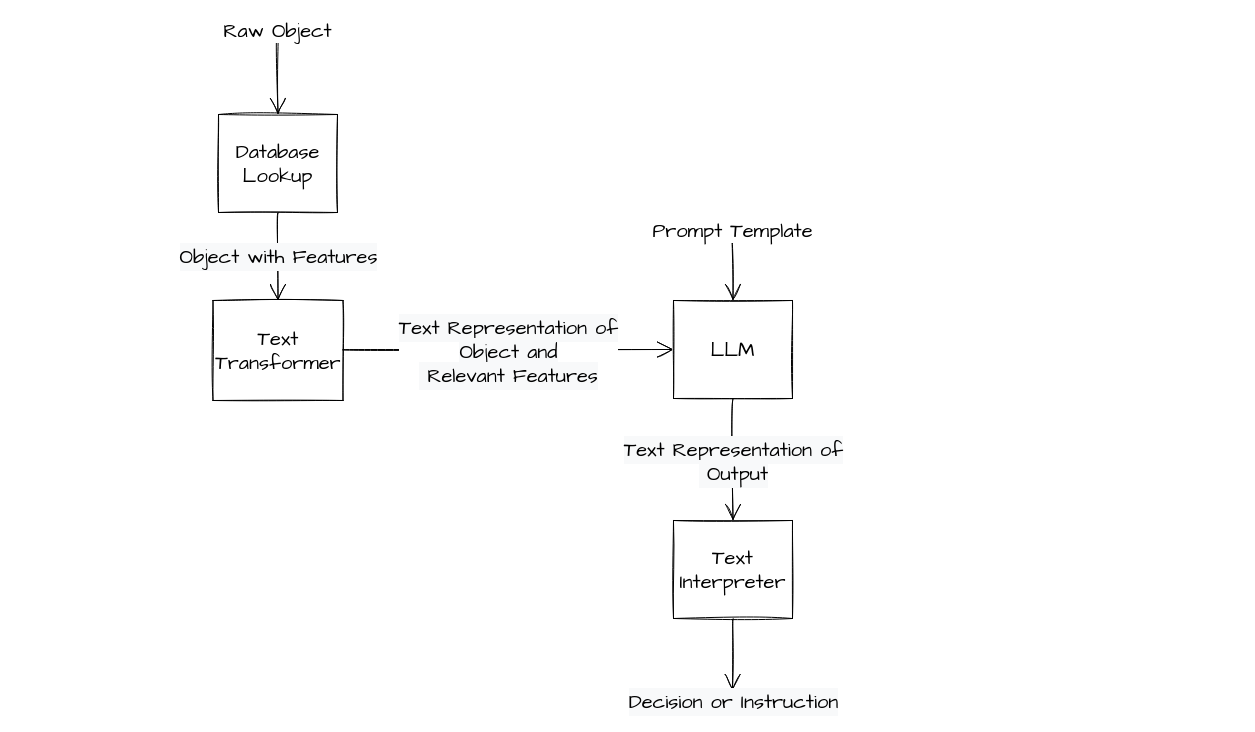
This is page "Textification" (1 of 6) of img/LLMsTextSketch.drawio from dshieble/dshieble.github.io, a draw.io file, before an edit. Source tidied: cells renumbered, new cells numbered last; positions are measured from the earlier drawing's top-left corner, leaving out a move shared by most shapes. Both pictures are drawn from the tidied source at 100%, with x=0, y=0 at pixel (212, 30).
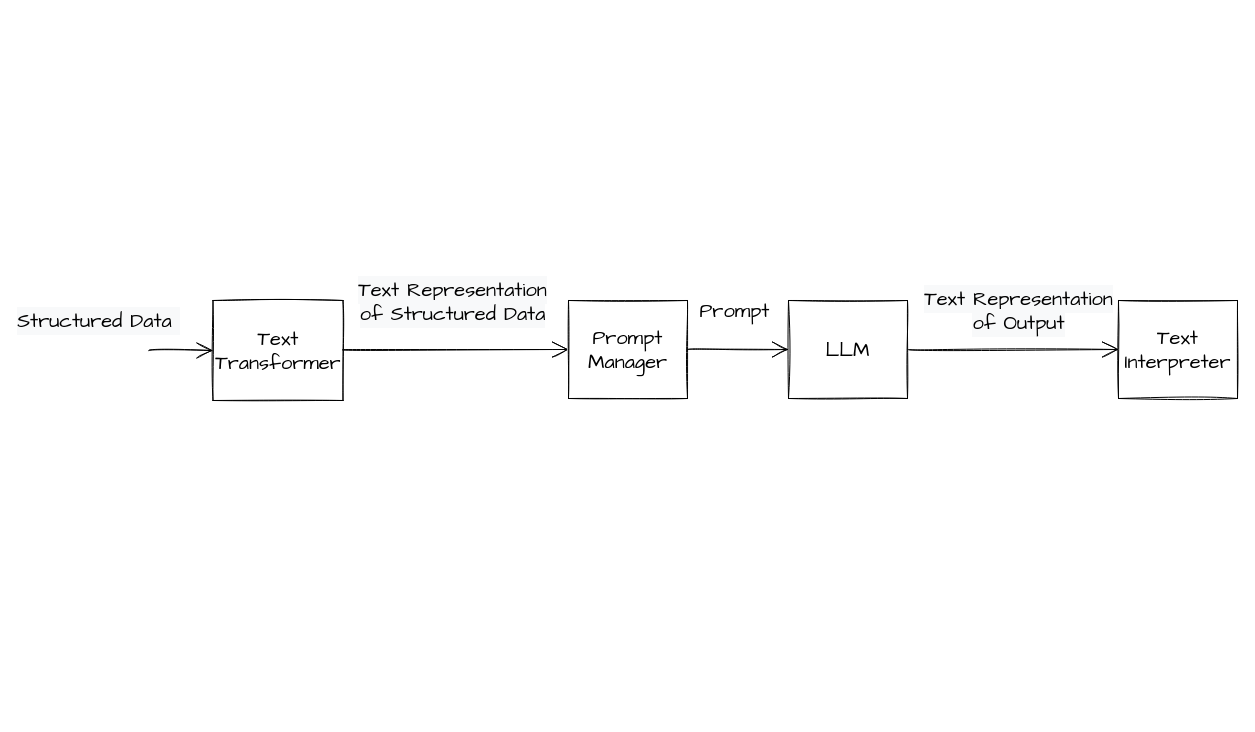
Above is the later version.

Change to the diagram source:
```diff
@@
 <mxGraphModel>
   <root>
     <mxCell id="0" />
     <mxCell id="1" parent="0" />
-    <mxCell id="2" value="Database Lookup" style="rounded=0;whiteSpace=wrap;html=1;sketch=1;hachureGap=4;fontFamily=Architects Daughter;fontSize=20;" parent="1" vertex="1">
-      <mxGeometry x="6" y="84" width="119" height="98" as="geometry" />
-    </mxCell>
     <mxCell id="3" style="edgeStyle=none;curved=1;rounded=0;sketch=1;hachureGap=4;jettySize=auto;html=1;fontFamily=Architects Daughter;fontSize=16;endArrow=open;startSize=14;endSize=14;sourcePerimeterSpacing=8;targetPerimeterSpacing=8;exitX=1;exitY=0.5;exitDx=0;exitDy=0;entryX=0;entryY=0.5;entryDx=0;entryDy=0;" parent="1" edge="1" target="8">
       <mxGeometry relative="1" as="geometry">
         <mxPoint x="125" y="319.1" as="sourcePoint" />
       </mxGeometry>
     </mxCell>
-    <mxCell id="4" value="&lt;span style=&quot;font-family: &amp;#34;architects daughter&amp;#34; ; font-size: 20px ; background-color: rgb(248 , 249 , 250)&quot;&gt;Text Representation of&lt;br&gt;Object and&lt;br&gt;&amp;nbsp;Relevant Features&lt;/span&gt;" style="edgeLabel;html=1;align=center;verticalAlign=middle;" parent="3" vertex="1">
+    <mxCell id="4" value="&lt;span style=&quot;font-family: &amp;quot;architects daughter&amp;quot; ; font-size: 20px ; background-color: rgb(248 , 249 , 250)&quot;&gt;Text Representation&lt;br&gt;of Structured Data&lt;br&gt;&lt;/span&gt;" style="edgeLabel;html=1;align=center;verticalAlign=middle;" parent="3" vertex="1">
       <mxGeometry x="0.06" y="2" relative="1" as="geometry">
-        <mxPoint x="-7" y="3" as="offset" />
+        <mxPoint x="-7" y="-47" as="offset" />
       </mxGeometry>
     </mxCell>
-    <mxCell id="5" value="&lt;span style=&quot;font-size: 20px ; background-color: rgb(248 , 249 , 250)&quot;&gt;Object with Features&lt;/span&gt;" style="edgeStyle=none;curved=1;rounded=0;sketch=1;hachureGap=4;jettySize=auto;html=1;fontFamily=Architects Daughter;fontSize=16;endArrow=open;startSize=14;endSize=14;sourcePerimeterSpacing=8;targetPerimeterSpacing=8;exitX=0.5;exitY=1;exitDx=0;exitDy=0;entryX=0.5;entryY=0;entryDx=0;entryDy=0;" parent="1" edge="1" source="2" target="7">
-      <mxGeometry relative="1" as="geometry" />
+    <mxCell id="5" value="&lt;span style=&quot;font-size: 20px ; background-color: rgb(248 , 249 , 250)&quot;&gt;Structured Data&amp;nbsp;&lt;br&gt;&lt;/span&gt;" style="edgeStyle=none;curved=1;rounded=0;sketch=1;hachureGap=4;jettySize=auto;html=1;fontFamily=Architects Daughter;fontSize=16;endArrow=open;startSize=14;endSize=14;sourcePerimeterSpacing=8;targetPerimeterSpacing=8;entryX=0;entryY=0.5;entryDx=0;entryDy=0;" parent="1" edge="1" target="7">
+      <mxGeometry x="-1" y="58" relative="1" as="geometry">
+        <mxPoint x="-64" y="320" as="sourcePoint" />
+        <mxPoint x="-50" y="28" as="offset" />
+      </mxGeometry>
     </mxCell>
-    <mxCell id="6" value="&lt;font style=&quot;font-size: 20px&quot;&gt;Raw Object&lt;/font&gt;" style="edgeStyle=none;curved=1;rounded=0;sketch=1;hachureGap=4;jettySize=auto;html=1;fontFamily=Architects Daughter;fontSize=16;endArrow=open;startSize=14;endSize=14;sourcePerimeterSpacing=8;targetPerimeterSpacing=8;entryX=0.5;entryY=0;entryDx=0;entryDy=0;" parent="1" edge="1" target="2">
-      <mxGeometry x="-1" relative="1" as="geometry">
-        <mxPoint x="65" as="sourcePoint" />
-      </mxGeometry>
-    </mxCell>
     <mxCell id="7" value="Text Transformer" style="rounded=0;whiteSpace=wrap;html=1;sketch=1;hachureGap=4;fontFamily=Architects Daughter;fontSize=20;" parent="1" vertex="1">
       <mxGeometry x="0.5" y="270" width="130" height="100" as="geometry" />
     </mxCell>
-    <mxCell id="8" value="LLM" style="rounded=0;whiteSpace=wrap;html=1;sketch=1;hachureGap=4;fontFamily=Architects Daughter;fontSize=20;" parent="1" vertex="1">
-      <mxGeometry x="461" y="270" width="119" height="98" as="geometry" />
+    <mxCell id="8" value="Prompt Manager" style="rounded=0;whiteSpace=wrap;html=1;sketch=1;hachureGap=4;fontFamily=Architects Daughter;fontSize=20;" parent="1" vertex="1">
+      <mxGeometry x="356" y="270" width="119" height="98" as="geometry" />
     </mxCell>
-    <mxCell id="9" value="&lt;font style=&quot;font-size: 20px&quot;&gt;Prompt Template&lt;/font&gt;" style="edgeStyle=none;curved=1;rounded=0;sketch=1;hachureGap=4;jettySize=auto;html=1;fontFamily=Architects Daughter;fontSize=16;endArrow=open;startSize=14;endSize=14;sourcePerimeterSpacing=8;targetPerimeterSpacing=8;entryX=0.5;entryY=0;entryDx=0;entryDy=0;" parent="1" edge="1" target="8">
-      <mxGeometry x="-1" relative="1" as="geometry">
-        <mxPoint x="520" y="200" as="sourcePoint" />
-      </mxGeometry>
-    </mxCell>
-    <mxCell id="10" style="edgeStyle=none;curved=1;rounded=0;sketch=1;hachureGap=4;jettySize=auto;html=1;fontFamily=Architects Daughter;fontSize=16;endArrow=open;startSize=14;endSize=14;sourcePerimeterSpacing=8;targetPerimeterSpacing=8;exitX=0.5;exitY=1;exitDx=0;exitDy=0;entryX=0.5;entryY=0;entryDx=0;entryDy=0;" parent="1" edge="1" source="8" target="12">
+    <mxCell id="10" style="edgeStyle=none;curved=1;rounded=0;sketch=1;hachureGap=4;jettySize=auto;html=1;fontFamily=Architects Daughter;fontSize=16;endArrow=open;startSize=14;endSize=14;sourcePerimeterSpacing=8;targetPerimeterSpacing=8;exitX=1;exitY=0.5;exitDx=0;exitDy=0;entryX=0;entryY=0.5;entryDx=0;entryDy=0;" parent="1" edge="1" source="16" target="12">
       <mxGeometry relative="1" as="geometry" />
     </mxCell>
-    <mxCell id="11" value="&lt;span style=&quot;font-family: &amp;#34;architects daughter&amp;#34; ; font-size: 20px ; background-color: rgb(248 , 249 , 250)&quot;&gt;Text Representation of&lt;br&gt;&amp;nbsp;Output&lt;br&gt;&lt;/span&gt;" style="edgeLabel;html=1;align=center;verticalAlign=middle;" parent="10" vertex="1">
+    <mxCell id="11" value="&lt;span style=&quot;font-family: &amp;quot;architects daughter&amp;quot; ; font-size: 20px ; background-color: rgb(248 , 249 , 250)&quot;&gt;Text Representation&lt;br&gt;of Output&lt;br&gt;&lt;/span&gt;" style="edgeLabel;html=1;align=center;verticalAlign=middle;" parent="10" vertex="1">
       <mxGeometry x="0.06" y="2" relative="1" as="geometry">
-        <mxPoint x="-2" y="-3" as="offset" />
+        <mxPoint x="-2" y="-38" as="offset" />
       </mxGeometry>
     </mxCell>
     <mxCell id="12" value="Text Interpreter" style="rounded=0;whiteSpace=wrap;html=1;sketch=1;hachureGap=4;fontFamily=Architects Daughter;fontSize=20;" parent="1" vertex="1">
-      <mxGeometry x="461" y="490" width="119" height="98" as="geometry" />
+      <mxGeometry x="906" y="270" width="119" height="98" as="geometry" />
     </mxCell>
-    <mxCell id="13" style="edgeStyle=none;curved=1;rounded=0;sketch=1;hachureGap=4;jettySize=auto;html=1;fontFamily=Architects Daughter;fontSize=16;endArrow=open;startSize=14;endSize=14;sourcePerimeterSpacing=8;targetPerimeterSpacing=8;exitX=0.5;exitY=1;exitDx=0;exitDy=0;" parent="1" edge="1" source="12">
-      <mxGeometry relative="1" as="geometry">
-        <mxPoint x="520" y="660" as="targetPoint" />
-      </mxGeometry>
-    </mxCell>
-    <mxCell id="14" value="&lt;span style=&quot;font-family: &amp;#34;architects daughter&amp;#34; ; font-size: 20px ; background-color: rgb(248 , 249 , 250)&quot;&gt;Decision or Instruction&lt;br&gt;&lt;/span&gt;" style="edgeLabel;html=1;align=center;verticalAlign=middle;" parent="13" vertex="1">
-      <mxGeometry x="0.06" y="2" relative="1" as="geometry">
-        <mxPoint x="-2" y="44" as="offset" />
-      </mxGeometry>
-    </mxCell>
+    <mxCell id="15" value="&lt;span style=&quot;color: rgb(0, 0, 0); font-family: &amp;quot;Architects Daughter&amp;quot;; font-size: 20px; font-style: normal; font-variant-ligatures: normal; font-variant-caps: normal; font-weight: 400; letter-spacing: normal; orphans: 2; text-align: center; text-indent: 0px; text-transform: none; widows: 2; word-spacing: 0px; -webkit-text-stroke-width: 0px; background-color: rgb(255, 255, 255); text-decoration-thickness: initial; text-decoration-style: initial; text-decoration-color: initial; float: none; display: inline !important;&quot;&gt;Prompt&lt;/span&gt;" style="edgeStyle=none;curved=1;rounded=0;sketch=1;hachureGap=4;jettySize=auto;html=1;fontFamily=Architects Daughter;fontSize=16;endArrow=open;startSize=14;endSize=14;sourcePerimeterSpacing=8;targetPerimeterSpacing=8;entryX=0;entryY=0.5;entryDx=0;entryDy=0;exitX=1;exitY=0.5;exitDx=0;exitDy=0;" parent="1" edge="1" source="8" target="16">
+      <mxGeometry x="-0.04" y="39" relative="1" as="geometry">
+        <mxPoint x="-1" as="offset" />
+      </mxGeometry>
+    </mxCell>
+    <mxCell id="16" value="LLM" style="rounded=0;whiteSpace=wrap;html=1;sketch=1;hachureGap=4;fontFamily=Architects Daughter;fontSize=20;" parent="1" vertex="1">
+      <mxGeometry x="576" y="270" width="119" height="98" as="geometry" />
+    </mxCell>
   </root>
 </mxGraphModel>
```
